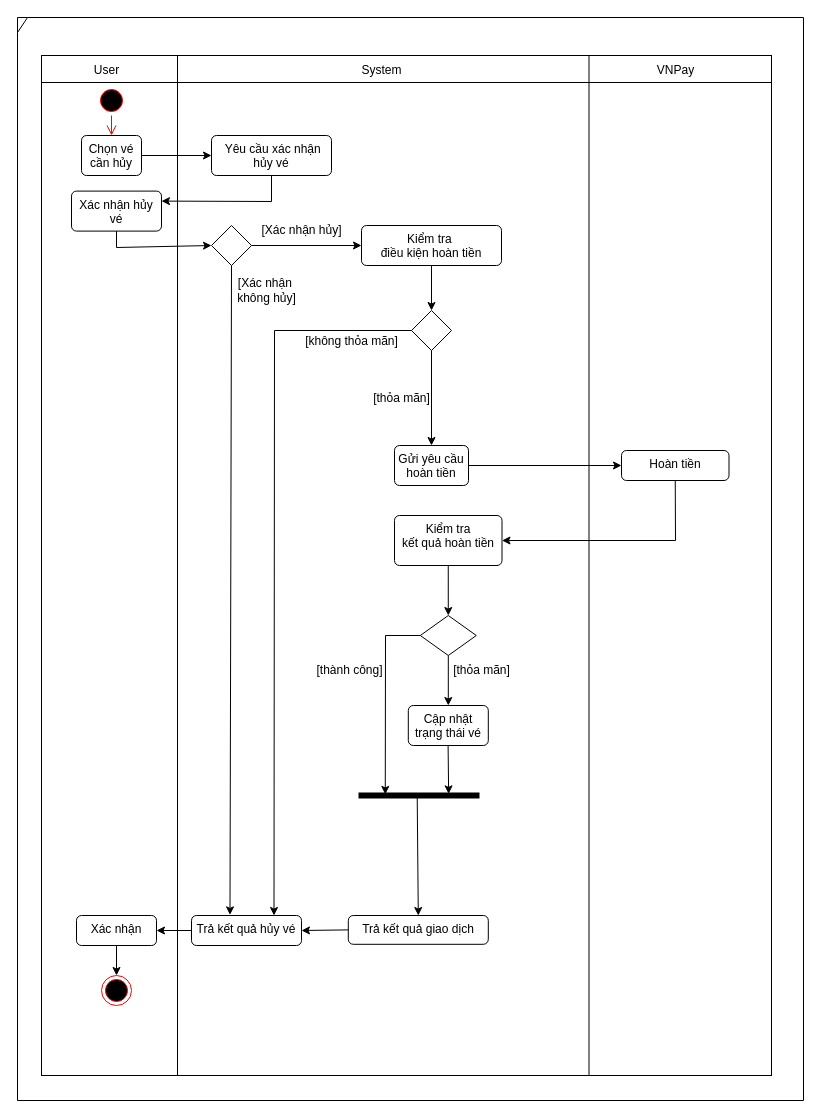
This is Activity Diagram/Activity Diagram Canclebooking.drawio from dvhAoU1374/IT3120-PTTKHT, a draw.io file, before an edit. Source tidied: cells renumbered, new cells numbered last; positions are measured from the earlier drawing's top-left corner, leaving out a move shared by most shapes. Both pictures are drawn from the tidied source at 100%, with x=0, y=0 at pixel (17, 17).
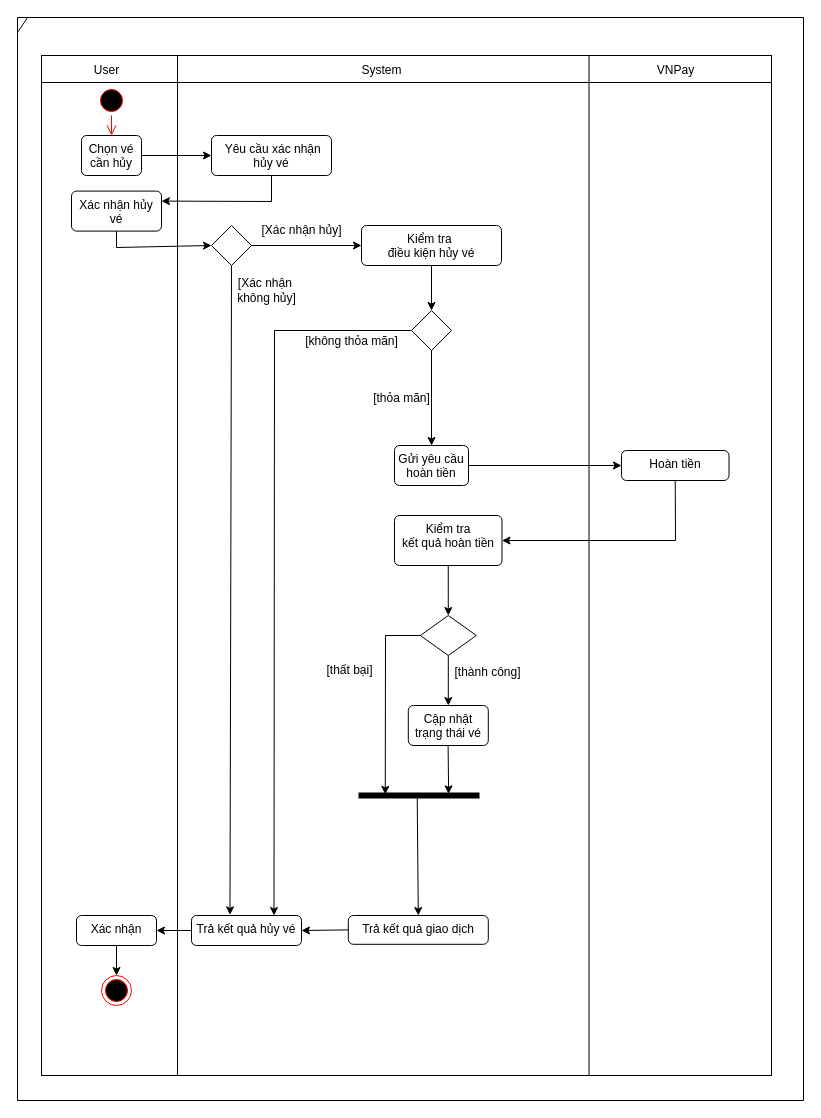
Above is the later version.

Change to the diagram source:
```diff
@@
-    <mxCell id="8" value="Kiểm tra&amp;nbsp;&lt;div&gt;điều kiện hoàn tiền&lt;/div&gt;" style="html=1;align=center;verticalAlign=top;rounded=1;absoluteArcSize=1;arcSize=10;dashed=0;whiteSpace=wrap;" parent="1" vertex="1">
+    <mxCell id="8" value="Kiểm tra&amp;nbsp;&lt;div&gt;điều kiện hủy vé&lt;/div&gt;" style="html=1;align=center;verticalAlign=top;rounded=1;absoluteArcSize=1;arcSize=10;dashed=0;whiteSpace=wrap;" parent="1" vertex="1">
       <mxGeometry x="344" y="208" width="140" height="40" as="geometry" />
     </mxCell>
@@
-    <mxCell id="46" value="[thỏa mãn]" style="text;html=1;align=center;verticalAlign=middle;strokeColor=none;fillColor=none;" parent="1" vertex="1">
-      <mxGeometry x="424" y="638" width="80" height="30" as="geometry" />
+    <mxCell id="46" value="[thành công]" style="text;html=1;align=center;verticalAlign=middle;strokeColor=none;fillColor=none;" parent="1" vertex="1">
+      <mxGeometry x="428" y="642" width="84" height="26" as="geometry" />
     </mxCell>
@@
-    <mxCell id="48" value="[thành công]" style="text;html=1;align=center;verticalAlign=middle;strokeColor=none;fillColor=none;" parent="1" vertex="1">
-      <mxGeometry x="287" y="638" width="90" height="30" as="geometry" />
+    <mxCell id="48" value="[thất bại]" style="text;html=1;align=center;verticalAlign=middle;strokeColor=none;fillColor=none;" parent="1" vertex="1">
+      <mxGeometry x="300" y="640" width="64" height="26" as="geometry" />
     </mxCell>
```
